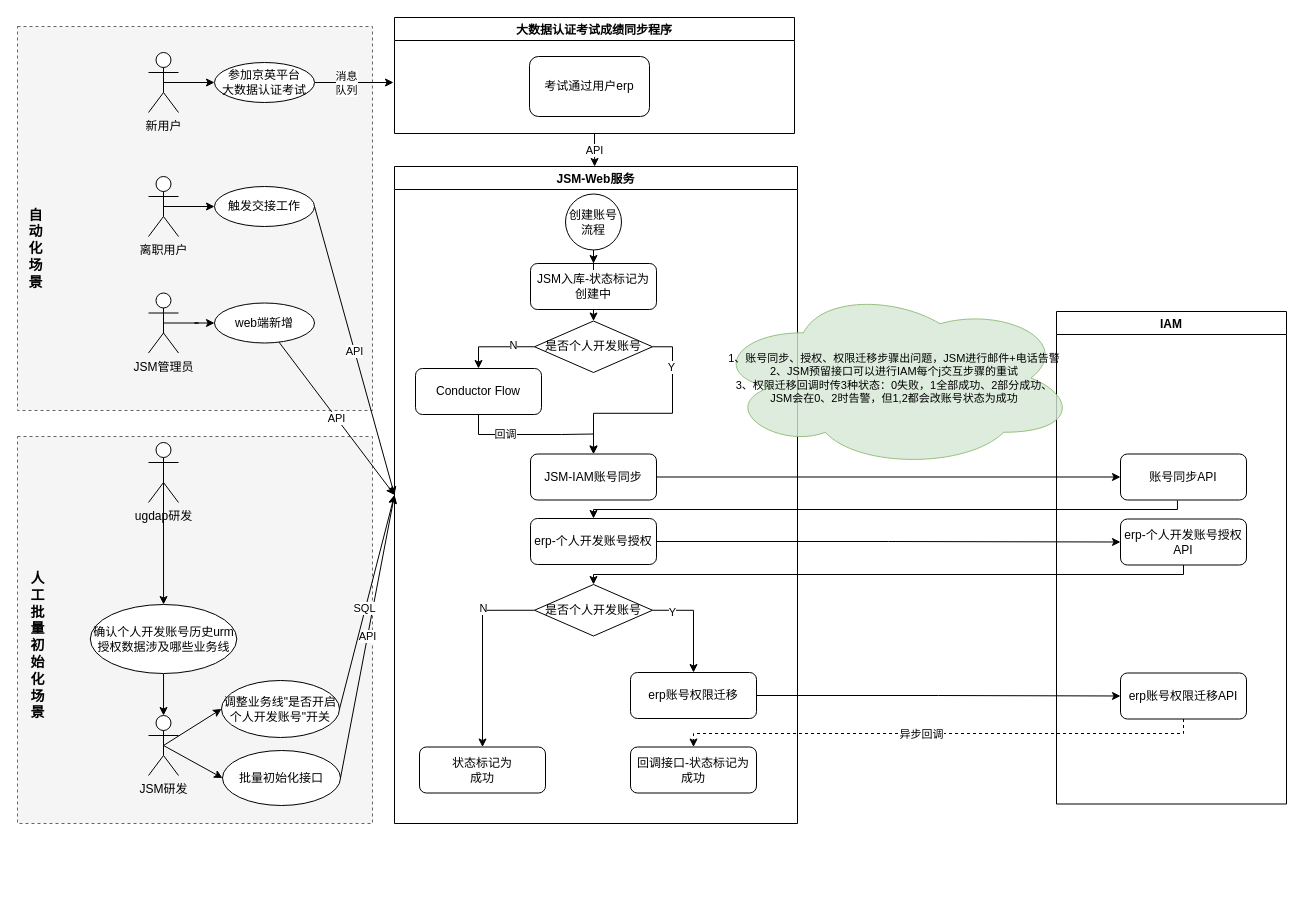
Above: Untitled Diagram.drawio in aliang9585/drawer (draw.io), before the change. Source tidied: cells renumbered, new cells numbered last; positions are measured from the earlier drawing's top-left corner, leaving out a move shared by most shapes. Both pictures are drawn from the tidied source at 100%, with x=0, y=0 at pixel (17, 17).
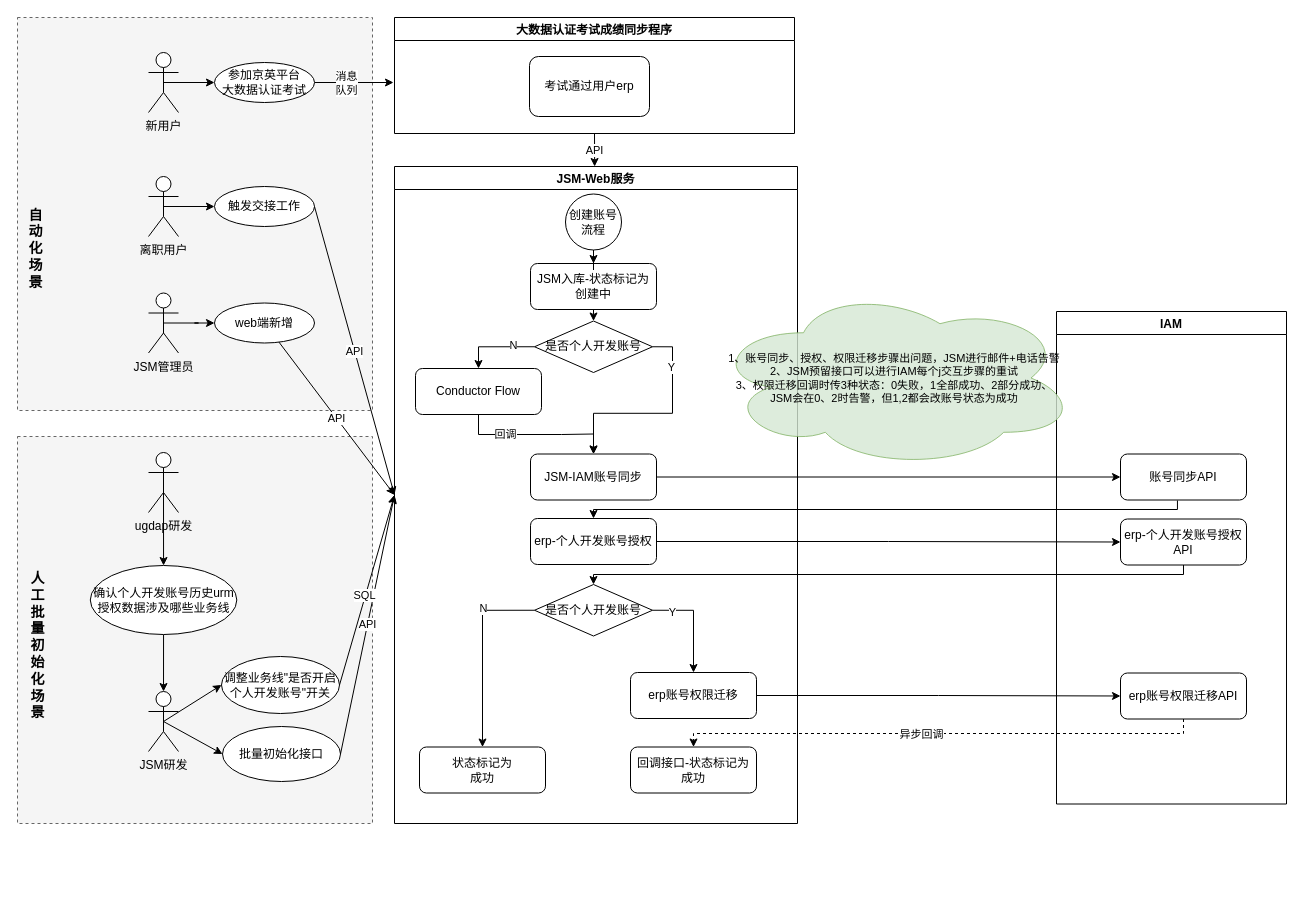
Above is the later version.

Change to the diagram source:
```diff
@@
     <mxCell id="3" style="rounded=0;whiteSpace=wrap;html=1;dashed=1;fillColor=#f5f5f5;fontColor=#333333;strokeColor=#666666;" parent="1" vertex="1">
-      <mxGeometry y="9" width="355" height="384" as="geometry" />
+      <mxGeometry width="355" height="393" as="geometry" />
     </mxCell>
@@
     <mxCell id="45" value="批量初始化接口" style="ellipse;whiteSpace=wrap;html=1;align=center;" parent="1" vertex="1">
-      <mxGeometry x="205" y="733" width="118" height="55" as="geometry" />
+      <mxGeometry x="205" y="709" width="118" height="55" as="geometry" />
     </mxCell>
@@
-    <mxCell id="58" style="edgeStyle=none;rounded=0;jettySize=auto;html=1;exitX=0.5;exitY=0.5;exitDx=0;exitDy=0;exitPerimeter=0;fontSize=14;elbow=vertical;" parent="1" edge="1" source="59" target="63">
-      <mxGeometry relative="1" as="geometry" />
-    </mxCell>
     <mxCell id="59" value="ugdap研发" style="shape=umlActor;verticalLabelPosition=bottom;verticalAlign=top;html=1;" parent="1" vertex="1">
-      <mxGeometry x="131" y="425" width="30" height="60" as="geometry" />
+      <mxGeometry x="131" y="435" width="30" height="60" as="geometry" />
     </mxCell>
@@
     <mxCell id="61" value="JSM研发" style="shape=umlActor;verticalLabelPosition=bottom;verticalAlign=top;html=1;" parent="1" vertex="1">
-      <mxGeometry x="131" y="698" width="30" height="60" as="geometry" />
+      <mxGeometry x="131" y="674" width="30" height="60" as="geometry" />
     </mxCell>
@@
     <mxCell id="63" value="确认个人开发账号历史urm授权数据涉及哪些业务线" style="ellipse;whiteSpace=wrap;html=1;align=center;" parent="1" vertex="1">
-      <mxGeometry x="72.8" y="587" width="146.5" height="69" as="geometry" />
+      <mxGeometry x="72.8" y="548" width="146.5" height="69" as="geometry" />
     </mxCell>
@@
     <mxCell id="66" value="调整业务线&quot;是否开启个人开发账号&quot;开关" style="ellipse;whiteSpace=wrap;html=1;align=center;" parent="1" vertex="1">
-      <mxGeometry x="204" y="663" width="118" height="57" as="geometry" />
+      <mxGeometry x="204" y="639" width="118" height="57" as="geometry" />
     </mxCell>
@@
     <mxCell id="69" style="edgeStyle=none;rounded=0;orthogonalLoop=1;jettySize=auto;html=1;exitX=0.5;exitY=1;exitDx=0;exitDy=0;fontSize=14;elbow=vertical;" parent="1" edge="1">
       <mxGeometry relative="1" as="geometry">
-        <mxPoint x="177.5" y="854" as="sourcePoint" />
-        <mxPoint x="177.5" y="854" as="targetPoint" />
+        <mxPoint x="177.5" y="830" as="sourcePoint" />
+        <mxPoint x="177.5" y="830" as="targetPoint" />
       </mxGeometry>
     </mxCell>
+    <mxCell id="58" style="edgeStyle=none;rounded=0;jettySize=auto;html=1;exitX=0.5;exitY=0.5;exitDx=0;exitDy=0;fontSize=14;elbow=vertical;exitPerimeter=0;" parent="1" edge="1" source="59" target="63">
+      <mxGeometry relative="1" as="geometry" />
+    </mxCell>
```
